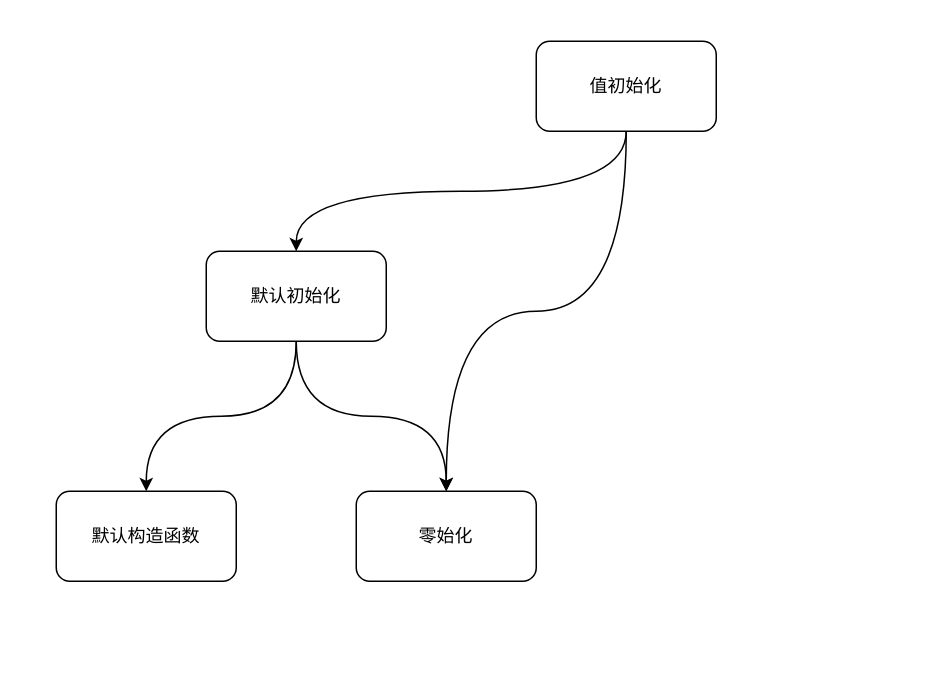
Before: cplusplus_initialization.drawio in ZiqingYip/moment, a draw.io diagram. Source tidied: cells renumbered, new cells numbered last; positions are measured from the earlier drawing's top-left corner, leaving out a move shared by most shapes. Both pictures are drawn from the tidied source at 150%, with x=0, y=0 at pixel (56, 40).
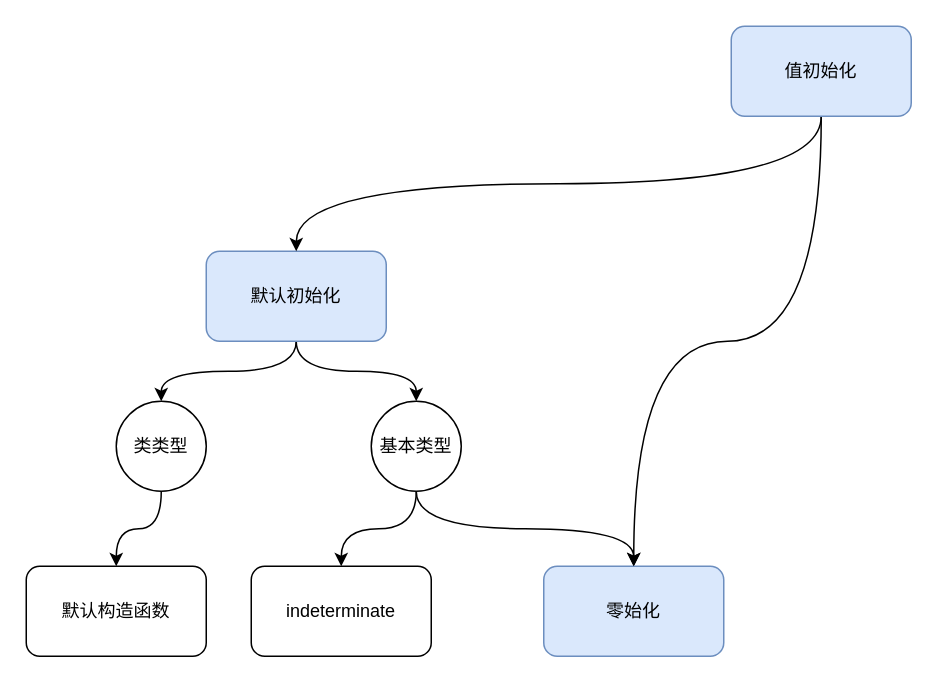
The same page after the edit.

What changed in the source:
```diff
@@
 <mxGraphModel>
   <root>
     <mxCell id="0" />
     <mxCell id="1" parent="0" />
-    <mxCell id="2" style="edgeStyle=orthogonalEdgeStyle;rounded=0;jettySize=auto;html=1;exitX=0.5;exitY=1;exitDx=0;exitDy=0;entryX=0.5;entryY=0;entryDx=0;entryDy=0;curved=1;" parent="1" edge="1" source="4" target="8">
-      <mxGeometry relative="1" as="geometry" />
-    </mxCell>
-    <mxCell id="3" style="edgeStyle=orthogonalEdgeStyle;rounded=0;jettySize=auto;html=1;exitX=0.5;exitY=1;exitDx=0;exitDy=0;curved=1;" parent="1" edge="1" source="4" target="9">
-      <mxGeometry relative="1" as="geometry" />
-    </mxCell>
+    <mxCell id="10" style="edgeStyle=orthogonalEdgeStyle;rounded=0;jettySize=auto;html=1;exitX=0.5;exitY=1;exitDx=0;exitDy=0;entryX=0.5;entryY=0;entryDx=0;entryDy=0;curved=1;" parent="1" edge="1" source="4" target="13">
+      <mxGeometry relative="1" as="geometry" />
+    </mxCell>
+    <mxCell id="11" style="edgeStyle=orthogonalEdgeStyle;curved=1;rounded=0;jettySize=auto;html=1;exitX=0.5;exitY=1;exitDx=0;exitDy=0;" parent="1" edge="1" source="4" target="16">
+      <mxGeometry relative="1" as="geometry" />
+    </mxCell>
-    <mxCell id="4" value="默认初始化" style="rounded=1;whiteSpace=wrap;html=1;" parent="1" vertex="1">
+    <mxCell id="4" value="默认初始化" style="rounded=1;whiteSpace=wrap;html=1;fillColor=#dae8fc;strokeColor=#6c8ebf;" parent="1" vertex="1">
       <mxGeometry x="100" y="140" width="120" height="60" as="geometry" />
     </mxCell>
     <mxCell id="5" style="edgeStyle=orthogonalEdgeStyle;rounded=0;jettySize=auto;html=1;exitX=0.5;exitY=1;exitDx=0;exitDy=0;entryX=0.5;entryY=0;entryDx=0;entryDy=0;curved=1;" parent="1" edge="1" source="7" target="8">
       <mxGeometry relative="1" as="geometry" />
     </mxCell>
     <mxCell id="6" style="edgeStyle=orthogonalEdgeStyle;rounded=0;jettySize=auto;html=1;exitX=0.5;exitY=1;exitDx=0;exitDy=0;entryX=0.5;entryY=0;entryDx=0;entryDy=0;curved=1;" parent="1" edge="1" source="7" target="4">
       <mxGeometry relative="1" as="geometry" />
     </mxCell>
-    <mxCell id="7" value="值初始化" style="rounded=1;whiteSpace=wrap;html=1;" parent="1" vertex="1">
-      <mxGeometry x="320" width="120" height="60" as="geometry" />
+    <mxCell id="7" value="值初始化" style="rounded=1;whiteSpace=wrap;html=1;fillColor=#dae8fc;strokeColor=#6c8ebf;" parent="1" vertex="1">
+      <mxGeometry x="450" y="-10" width="120" height="60" as="geometry" />
     </mxCell>
-    <mxCell id="8" value="零始化" style="rounded=1;whiteSpace=wrap;html=1;" parent="1" vertex="1">
-      <mxGeometry x="200" y="300" width="120" height="60" as="geometry" />
+    <mxCell id="8" value="零始化" style="rounded=1;whiteSpace=wrap;html=1;fillColor=#dae8fc;strokeColor=#6c8ebf;" parent="1" vertex="1">
+      <mxGeometry x="325" y="350" width="120" height="60" as="geometry" />
     </mxCell>
     <mxCell id="9" value="默认构造函数" style="rounded=1;whiteSpace=wrap;html=1;" parent="1" vertex="1">
-      <mxGeometry y="300" width="120" height="60" as="geometry" />
+      <mxGeometry x="-20" y="350" width="120" height="60" as="geometry" />
     </mxCell>
+    <mxCell id="12" style="edgeStyle=orthogonalEdgeStyle;curved=1;rounded=0;jettySize=auto;html=1;exitX=0.5;exitY=1;exitDx=0;exitDy=0;" parent="1" edge="1" source="13" target="9">
+      <mxGeometry relative="1" as="geometry" />
+    </mxCell>
+    <mxCell id="13" value="类类型" style="ellipse;whiteSpace=wrap;html=1;" parent="1" vertex="1">
+      <mxGeometry x="40" y="240" width="60" height="60" as="geometry" />
+    </mxCell>
+    <mxCell id="14" style="edgeStyle=orthogonalEdgeStyle;curved=1;rounded=0;jettySize=auto;html=1;exitX=0.5;exitY=1;exitDx=0;exitDy=0;" parent="1" edge="1" source="16" target="17">
+      <mxGeometry relative="1" as="geometry" />
+    </mxCell>
+    <mxCell id="15" style="edgeStyle=orthogonalEdgeStyle;curved=1;rounded=0;jettySize=auto;html=1;exitX=0.5;exitY=1;exitDx=0;exitDy=0;entryX=0.5;entryY=0;entryDx=0;entryDy=0;" parent="1" edge="1" source="16" target="8">
+      <mxGeometry relative="1" as="geometry" />
+    </mxCell>
+    <mxCell id="16" value="基本类型" style="ellipse;whiteSpace=wrap;html=1;" parent="1" vertex="1">
+      <mxGeometry x="210" y="240" width="60" height="60" as="geometry" />
+    </mxCell>
+    <mxCell id="17" value="indeterminate" style="rounded=1;whiteSpace=wrap;html=1;" parent="1" vertex="1">
+      <mxGeometry x="130" y="350" width="120" height="60" as="geometry" />
+    </mxCell>
   </root>
 </mxGraphModel>
```
